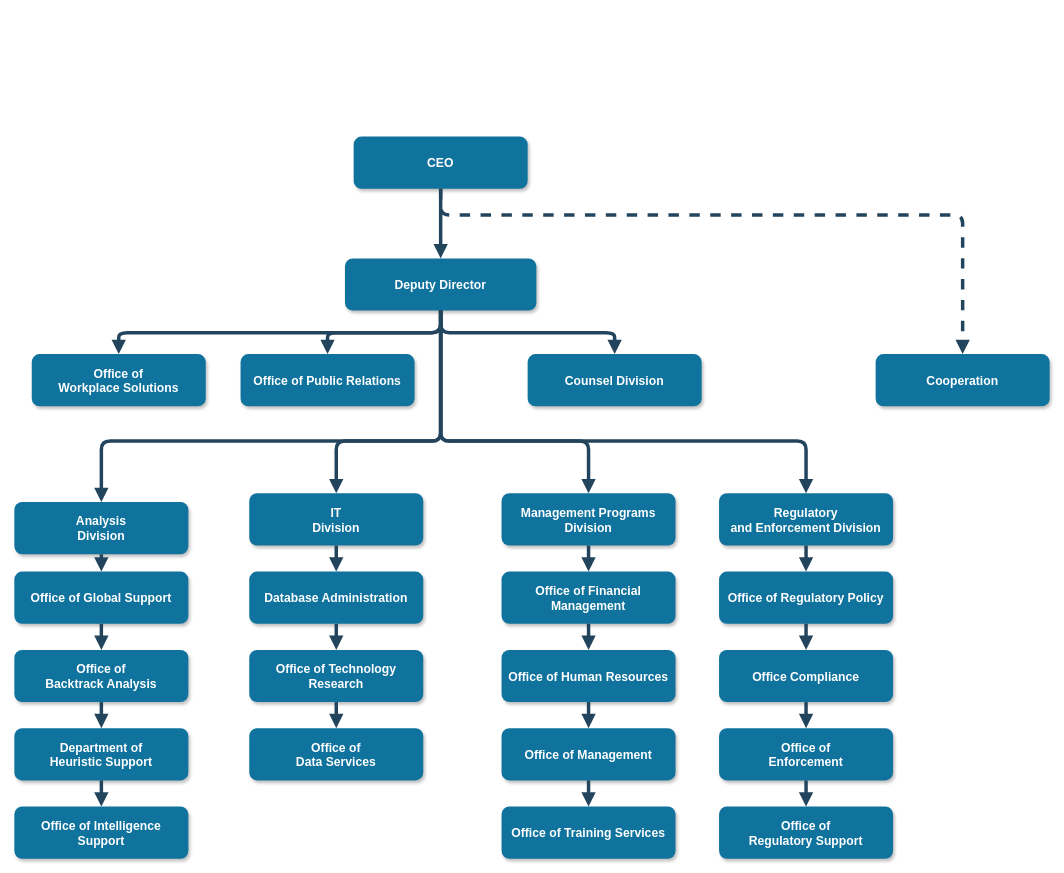
The draw.io diagram 未命名绘图.drawio in hhhhax/arthas-demo, before the edit. Source tidied: cells renumbered, new cells numbered last; positions are measured from the earlier drawing's top-left corner, leaving out a move shared by most shapes. Both pictures are drawn from the tidied source at 87%, with x=0, y=0 at pixel (14, 137).
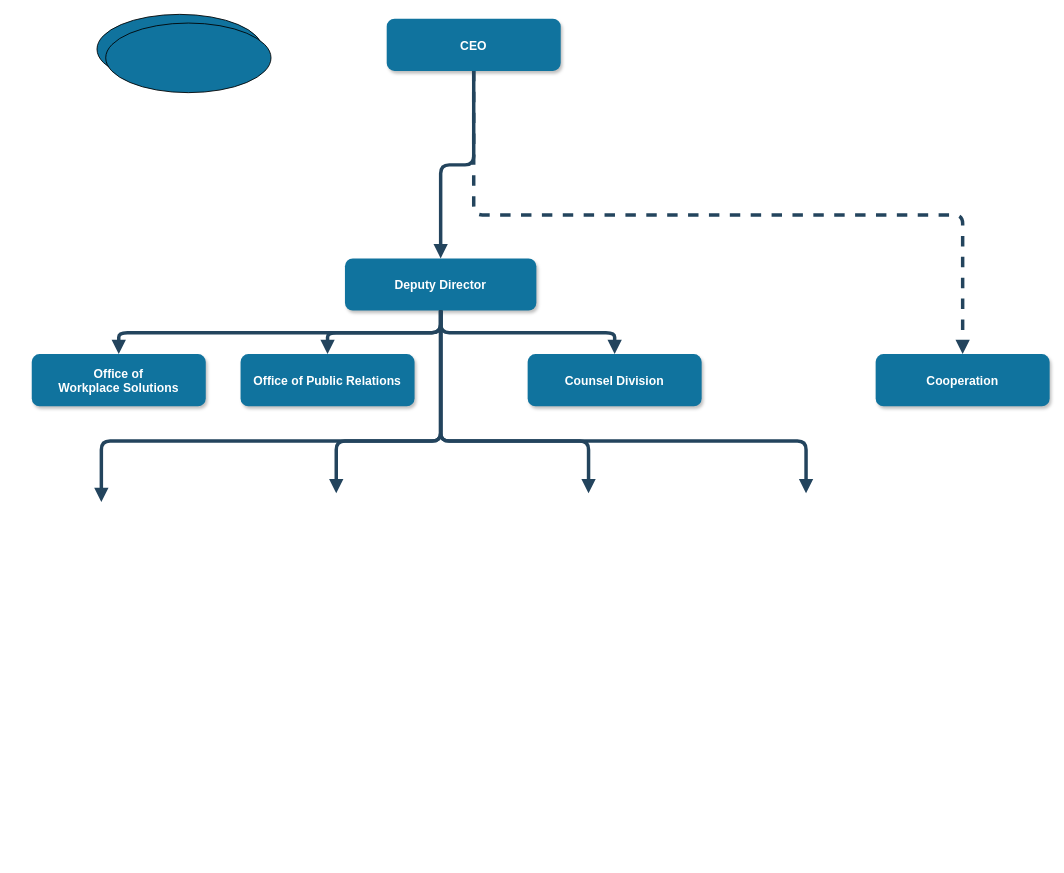
After the change.

Unchanged cells that the change refers to:
```xml
<mxCell id="3" value="Deputy Director" style="rounded=1;fillColor=#10739E;strokeColor=none;shadow=1;gradientColor=none;fontStyle=1;fontColor=#FFFFFF;fontSize=14;" parent="1" vertex="1">
  <mxGeometry x="380" y="139.5" width="220" height="60" as="geometry" />
</mxCell>
```

Change to the diagram source:
```diff
@@
     <mxCell id="2" value="CEO" style="rounded=1;fillColor=#10739E;strokeColor=none;shadow=1;gradientColor=none;fontStyle=1;fontColor=#FFFFFF;fontSize=14;" parent="1" vertex="1">
-      <mxGeometry x="390" y="-0.5" width="200" height="60" as="geometry" />
+      <mxGeometry x="428" y="-136" width="200" height="60" as="geometry" />
     </mxCell>
@@
-    <mxCell id="8" value="Analysis &#10;Division" style="rounded=1;fillColor=#10739E;strokeColor=none;shadow=1;gradientColor=none;fontStyle=1;fontColor=#FFFFFF;fontSize=14;" parent="1" vertex="1">
-      <mxGeometry y="419.5" width="200" height="60" as="geometry" />
-    </mxCell>
-    <mxCell id="9" value="Office of Global Support" style="rounded=1;fillColor=#10739E;strokeColor=none;shadow=1;gradientColor=none;fontStyle=1;fontColor=#FFFFFF;fontSize=14;" parent="1" vertex="1">
-      <mxGeometry y="499.5" width="200" height="60" as="geometry" />
-    </mxCell>
-    <mxCell id="10" value="Office of &#10;Backtrack Analysis" style="rounded=1;fillColor=#10739E;strokeColor=none;shadow=1;gradientColor=none;fontStyle=1;fontColor=#FFFFFF;fontSize=14;" parent="1" vertex="1">
-      <mxGeometry y="589.5" width="200" height="60" as="geometry" />
-    </mxCell>
-    <mxCell id="11" value="Department of &#10;Heuristic Support" style="rounded=1;fillColor=#10739E;strokeColor=none;shadow=1;gradientColor=none;fontStyle=1;fontColor=#FFFFFF;fontSize=14;" parent="1" vertex="1">
-      <mxGeometry y="679.5" width="200" height="60" as="geometry" />
-    </mxCell>
-    <mxCell id="12" value="Office of Intelligence &#10;Support" style="rounded=1;fillColor=#10739E;strokeColor=none;shadow=1;gradientColor=none;fontStyle=1;fontColor=#FFFFFF;fontSize=14;" parent="1" vertex="1">
-      <mxGeometry y="769.5" width="200" height="60" as="geometry" />
-    </mxCell>
-    <mxCell id="13" value="IT&#10;Division" style="rounded=1;fillColor=#10739E;strokeColor=none;shadow=1;gradientColor=none;fontStyle=1;fontColor=#FFFFFF;fontSize=14;" parent="1" vertex="1">
-      <mxGeometry x="270" y="409.5" width="200" height="60" as="geometry" />
-    </mxCell>
-    <mxCell id="14" value="Database Administration" style="rounded=1;fillColor=#10739E;strokeColor=none;shadow=1;gradientColor=none;fontStyle=1;fontColor=#FFFFFF;fontSize=14;" parent="1" vertex="1">
-      <mxGeometry x="270" y="499.5" width="200" height="60" as="geometry" />
-    </mxCell>
-    <mxCell id="15" value="Office of Technology &#10;Research" style="rounded=1;fillColor=#10739E;strokeColor=none;shadow=1;gradientColor=none;fontStyle=1;fontColor=#FFFFFF;fontSize=14;" parent="1" vertex="1">
-      <mxGeometry x="270" y="589.5" width="200" height="60" as="geometry" />
-    </mxCell>
-    <mxCell id="16" value="Office of&#10;Data Services" style="rounded=1;fillColor=#10739E;strokeColor=none;shadow=1;gradientColor=none;fontStyle=1;fontColor=#FFFFFF;fontSize=14;" parent="1" vertex="1">
-      <mxGeometry x="270" y="679.5" width="200" height="60" as="geometry" />
-    </mxCell>
-    <mxCell id="17" value="Management Programs &#10;Division" style="rounded=1;fillColor=#10739E;strokeColor=none;shadow=1;gradientColor=none;fontStyle=1;fontColor=#FFFFFF;fontSize=14;" parent="1" vertex="1">
-      <mxGeometry x="560" y="409.5" width="200" height="60" as="geometry" />
-    </mxCell>
-    <mxCell id="18" value="Office of Financial &#10;Management" style="rounded=1;fillColor=#10739E;strokeColor=none;shadow=1;gradientColor=none;fontStyle=1;fontColor=#FFFFFF;fontSize=14;" parent="1" vertex="1">
-      <mxGeometry x="560" y="499.5" width="200" height="60" as="geometry" />
-    </mxCell>
-    <mxCell id="19" value="Office of Human Resources" style="rounded=1;fillColor=#10739E;strokeColor=none;shadow=1;gradientColor=none;fontStyle=1;fontColor=#FFFFFF;fontSize=14;" parent="1" vertex="1">
-      <mxGeometry x="560" y="589.5" width="200" height="60" as="geometry" />
-    </mxCell>
-    <mxCell id="20" value="Office of Management " style="rounded=1;fillColor=#10739E;strokeColor=none;shadow=1;gradientColor=none;fontStyle=1;fontColor=#FFFFFF;fontSize=14;" parent="1" vertex="1">
-      <mxGeometry x="560" y="679.5" width="200" height="60" as="geometry" />
-    </mxCell>
-    <mxCell id="21" value="Office of Training Services" style="rounded=1;fillColor=#10739E;strokeColor=none;shadow=1;gradientColor=none;fontStyle=1;fontColor=#FFFFFF;fontSize=14;" parent="1" vertex="1">
-      <mxGeometry x="560" y="769.5" width="200" height="60" as="geometry" />
-    </mxCell>
-    <mxCell id="22" value="Regulatory &#10;and Enforcement Division" style="rounded=1;fillColor=#10739E;strokeColor=none;shadow=1;gradientColor=none;fontStyle=1;fontColor=#FFFFFF;fontSize=14;" parent="1" vertex="1">
-      <mxGeometry x="810" y="409.5" width="200" height="60" as="geometry" />
-    </mxCell>
-    <mxCell id="23" value="Office of Regulatory Policy" style="rounded=1;fillColor=#10739E;strokeColor=none;shadow=1;gradientColor=none;fontStyle=1;fontColor=#FFFFFF;fontSize=14;" parent="1" vertex="1">
-      <mxGeometry x="810" y="499.5" width="200" height="60" as="geometry" />
-    </mxCell>
-    <mxCell id="24" value="Office Compliance" style="rounded=1;fillColor=#10739E;strokeColor=none;shadow=1;gradientColor=none;fontStyle=1;fontColor=#FFFFFF;fontSize=14;" parent="1" vertex="1">
-      <mxGeometry x="810" y="589.5" width="200" height="60" as="geometry" />
-    </mxCell>
-    <mxCell id="25" value="Office of &#10;Enforcement" style="rounded=1;fillColor=#10739E;strokeColor=none;shadow=1;gradientColor=none;fontStyle=1;fontColor=#FFFFFF;fontSize=14;" parent="1" vertex="1">
-      <mxGeometry x="810" y="679.5" width="200" height="60" as="geometry" />
-    </mxCell>
-    <mxCell id="26" value="Office of&#10; Regulatory Support" style="rounded=1;fillColor=#10739E;strokeColor=none;shadow=1;gradientColor=none;fontStyle=1;fontColor=#FFFFFF;fontSize=14;" parent="1" vertex="1">
-      <mxGeometry x="810" y="769.5" width="200" height="60" as="geometry" />
-    </mxCell>
@@
-    <mxCell id="32" style="edgeStyle=elbowEdgeStyle;elbow=vertical;strokeWidth=4;endArrow=block;endFill=1;fontStyle=1;strokeColor=#23445D;" parent="1" edge="1" source="3" target="8">
+    <mxCell id="32" style="edgeStyle=elbowEdgeStyle;elbow=vertical;strokeWidth=4;endArrow=block;endFill=1;fontStyle=1;strokeColor=#23445D;" parent="1" edge="1" source="3">
       <mxGeometry x="22" y="165.5" as="geometry">
+        <mxPoint x="100" y="419.5" as="targetPoint" />
         <Array as="points">
           <mxPoint x="270" y="349.5" />
         </Array>
       </mxGeometry>
     </mxCell>
-    <mxCell id="33" style="edgeStyle=elbowEdgeStyle;elbow=vertical;strokeWidth=4;endArrow=block;endFill=1;fontStyle=1;strokeColor=#23445D;" parent="1" edge="1" source="3" target="22">
+    <mxCell id="33" style="edgeStyle=elbowEdgeStyle;elbow=vertical;strokeWidth=4;endArrow=block;endFill=1;fontStyle=1;strokeColor=#23445D;" parent="1" edge="1" source="3">
       <mxGeometry x="22" y="165.5" as="geometry">
+        <mxPoint x="910" y="409.5" as="targetPoint" />
         <Array as="points">
           <mxPoint x="690" y="349.5" />
         </Array>
       </mxGeometry>
     </mxCell>
-    <mxCell id="34" style="edgeStyle=elbowEdgeStyle;elbow=vertical;strokeWidth=4;endArrow=block;endFill=1;fontStyle=1;strokeColor=#23445D;" parent="1" edge="1" source="8" target="9">
-      <mxGeometry x="62" y="165.5" as="geometry" />
-    </mxCell>
-    <mxCell id="35" style="edgeStyle=elbowEdgeStyle;elbow=vertical;strokeWidth=4;endArrow=block;endFill=1;fontStyle=1;strokeColor=#23445D;" parent="1" edge="1" source="9" target="10">
-      <mxGeometry x="62" y="175.5" as="geometry" />
-    </mxCell>
-    <mxCell id="36" style="edgeStyle=elbowEdgeStyle;elbow=vertical;strokeWidth=4;endArrow=block;endFill=1;fontStyle=1;strokeColor=#23445D;" parent="1" edge="1" source="10" target="11">
-      <mxGeometry x="62" y="185.5" as="geometry" />
-    </mxCell>
-    <mxCell id="37" style="edgeStyle=elbowEdgeStyle;elbow=vertical;strokeWidth=4;endArrow=block;endFill=1;fontStyle=1;strokeColor=#23445D;" parent="1" edge="1" source="11" target="12">
-      <mxGeometry x="62" y="195.5" as="geometry" />
-    </mxCell>
-    <mxCell id="38" style="edgeStyle=elbowEdgeStyle;elbow=vertical;strokeWidth=4;endArrow=block;endFill=1;fontStyle=1;strokeColor=#23445D;" parent="1" edge="1" source="13" target="14">
-      <mxGeometry x="62" y="165.5" as="geometry" />
-    </mxCell>
-    <mxCell id="39" style="edgeStyle=elbowEdgeStyle;elbow=vertical;strokeWidth=4;endArrow=block;endFill=1;fontStyle=1;strokeColor=#23445D;" parent="1" edge="1" source="14" target="15">
-      <mxGeometry x="62" y="175.5" as="geometry" />
-    </mxCell>
-    <mxCell id="40" style="edgeStyle=elbowEdgeStyle;elbow=vertical;strokeWidth=4;endArrow=block;endFill=1;fontStyle=1;strokeColor=#23445D;" parent="1" edge="1" source="15" target="16">
-      <mxGeometry x="62" y="185.5" as="geometry" />
-    </mxCell>
-    <mxCell id="41" style="edgeStyle=elbowEdgeStyle;elbow=vertical;strokeWidth=4;endArrow=block;endFill=1;fontStyle=1;strokeColor=#23445D;" parent="1" edge="1" source="17" target="18">
-      <mxGeometry x="72" y="165.5" as="geometry" />
-    </mxCell>
-    <mxCell id="42" style="edgeStyle=elbowEdgeStyle;elbow=vertical;strokeWidth=4;endArrow=block;endFill=1;fontStyle=1;strokeColor=#23445D;" parent="1" edge="1" source="18" target="19">
-      <mxGeometry x="72" y="175.5" as="geometry" />
-    </mxCell>
-    <mxCell id="43" style="edgeStyle=elbowEdgeStyle;elbow=vertical;strokeWidth=4;endArrow=block;endFill=1;fontStyle=1;strokeColor=#23445D;" parent="1" edge="1" source="19" target="20">
-      <mxGeometry x="72" y="185.5" as="geometry" />
-    </mxCell>
-    <mxCell id="44" style="edgeStyle=elbowEdgeStyle;elbow=vertical;strokeWidth=4;endArrow=block;endFill=1;fontStyle=1;strokeColor=#23445D;" parent="1" edge="1" source="20" target="21">
-      <mxGeometry x="72" y="195.5" as="geometry" />
-    </mxCell>
-    <mxCell id="45" style="edgeStyle=elbowEdgeStyle;elbow=vertical;strokeWidth=4;endArrow=block;endFill=1;fontStyle=1;strokeColor=#23445D;" parent="1" edge="1" source="22" target="23">
-      <mxGeometry x="72" y="165.5" as="geometry" />
-    </mxCell>
-    <mxCell id="46" style="edgeStyle=elbowEdgeStyle;elbow=vertical;strokeWidth=4;endArrow=block;endFill=1;fontStyle=1;strokeColor=#23445D;" parent="1" edge="1" source="23" target="24">
-      <mxGeometry x="72" y="175.5" as="geometry" />
-    </mxCell>
-    <mxCell id="47" style="edgeStyle=elbowEdgeStyle;elbow=vertical;strokeWidth=4;endArrow=block;endFill=1;fontStyle=1;strokeColor=#23445D;" parent="1" edge="1" source="24" target="25">
-      <mxGeometry x="72" y="185.5" as="geometry" />
-    </mxCell>
-    <mxCell id="48" style="edgeStyle=elbowEdgeStyle;elbow=vertical;strokeWidth=4;endArrow=block;endFill=1;fontStyle=1;strokeColor=#23445D;" parent="1" edge="1" source="25" target="26">
-      <mxGeometry x="72" y="195.5" as="geometry" />
-    </mxCell>
-    <mxCell id="49" style="edgeStyle=elbowEdgeStyle;elbow=vertical;strokeWidth=4;endArrow=block;endFill=1;fontStyle=1;strokeColor=#23445D;" parent="1" edge="1" source="3" target="13">
+    <mxCell id="49" style="edgeStyle=elbowEdgeStyle;elbow=vertical;strokeWidth=4;endArrow=block;endFill=1;fontStyle=1;strokeColor=#23445D;" parent="1" edge="1" source="3">
       <mxGeometry x="22" y="165.5" as="geometry">
+        <mxPoint x="370" y="409.5" as="targetPoint" />
         <Array as="points">
           <mxPoint x="370" y="349.5" />
         </Array>
       </mxGeometry>
     </mxCell>
-    <mxCell id="50" style="edgeStyle=elbowEdgeStyle;elbow=vertical;strokeWidth=4;endArrow=block;endFill=1;fontStyle=1;strokeColor=#23445D;" parent="1" edge="1" source="3" target="17">
+    <mxCell id="50" style="edgeStyle=elbowEdgeStyle;elbow=vertical;strokeWidth=4;endArrow=block;endFill=1;fontStyle=1;strokeColor=#23445D;" parent="1" edge="1" source="3">
       <mxGeometry x="22" y="165.5" as="geometry">
+        <mxPoint x="660" y="409.5" as="targetPoint" />
         <Array as="points">
           <mxPoint x="660" y="349.5" />
         </Array>
       </mxGeometry>
     </mxCell>
+    <mxCell id="51" style="ellipse;whiteSpace=wrap;html=1;fillColor=#10739E;" parent="1" vertex="1">
+      <mxGeometry x="95" y="-141" width="190" height="80" as="geometry" />
+    </mxCell>
+    <mxCell id="52" style="ellipse;whiteSpace=wrap;html=1;fillColor=#10739E;" parent="1" vertex="1">
+      <mxGeometry x="105" y="-131" width="190" height="80" as="geometry" />
+    </mxCell>
```
